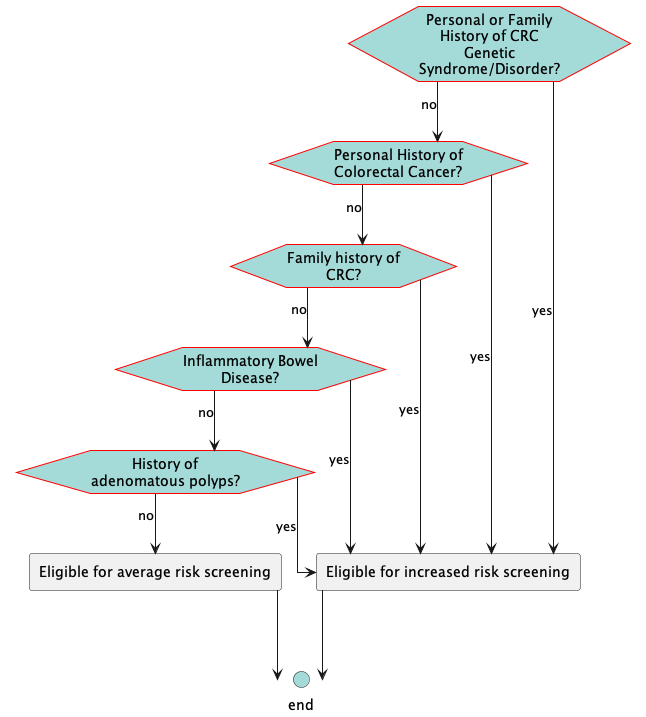
The PlantUML diagram images/flow-IncreasedRiskExclusions.png in ccsm-cds-tools/CDC-Colorectal-Cancer-Screening-CDS-L2, before a commit.
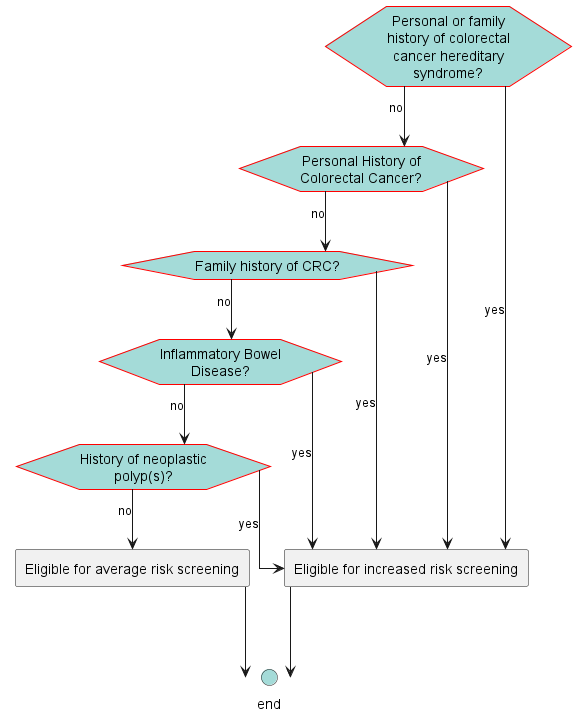
Later version of the same file.

The edit, as a diff of the source:
```diff
@@ -17,11 +17,11 @@
     BackGroundColor: #A4DBD8
 }
 </style>
-hexagon "Personal or Family History of CRC Genetic Syndrome/Disorder? " as eve_CRCHereditarySyndrome [[#eve-CRCHereditarySyndrome]]
+hexagon "Personal or family history of colorectal cancer hereditary syndrome? " as eve_CRCHereditarySyndrome [[#eve-CRCHereditarySyndrome]]
 hexagon "Inflammatory Bowel Disease?" as eve_IBD [[#eve-IBD]]
 hexagon "Personal History of Colorectal Cancer?" as eve_HxCRC [[#eve-HxCRC]]
 hexagon "Family history of CRC?" as eve_FamilyHxCRC [[#eve-FamilyHxCRC]]
-hexagon "History of adenomatous polyps?" as eve_HxPolyps [[#eve-HxPolyps]]
+hexagon "History of neoplastic polyp(s)?" as eve_HxPolyps [[#eve-HxPolyps]]
 rectangle "Eligible for increased risk screening" as act_IncreasedRiskEligible [[#act-IncreasedRiskEligible]]
 rectangle "Eligible for average risk screening" as act_AvgRiskScreeningEligible [[#act-AvgRiskScreeningEligible]]
 circle "end" as end_1 <<end>>
```
